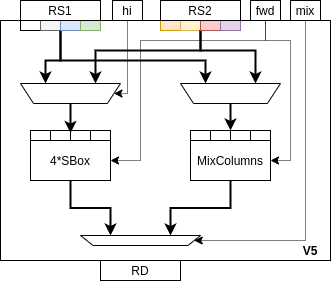
The draw.io diagram doc/diagrams/ise-datapath-v5.png in scarv/aes-risc-pipeline, before a commit. Source tidied: cells renumbered, new cells last; positions are measured from the earlier drawing's top-left corner, leaving out a move shared by most shapes.
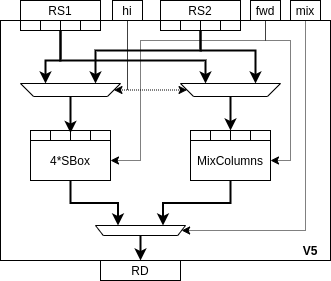
The same file after the commit.

Commit message:
paper: Update datapath diagrams and move to appendix.

Diff of the diagram source:
```diff
@@ -5,7 +5,7 @@
     <mxCell id="2" style="rounded=0;whiteSpace=wrap;html=1;" parent="1" vertex="1">
       <mxGeometry y="20" width="330" height="240" as="geometry" />
     </mxCell>
-    <mxCell id="3" style="edgeStyle=orthogonalEdgeStyle;rounded=0;jettySize=auto;html=1;exitX=0.5;exitY=1;exitDx=0;exitDy=0;entryX=1;entryY=0.5;entryDx=0;entryDy=0;strokeWidth=1;dashed=1;dashPattern=1 1;" parent="1" edge="1" source="5" target="28">
+    <mxCell id="3" style="edgeStyle=orthogonalEdgeStyle;rounded=0;jettySize=auto;html=1;exitX=0.5;exitY=1;exitDx=0;exitDy=0;entryX=1;entryY=0.5;entryDx=0;entryDy=0;strokeWidth=1;dashed=1;dashPattern=1 1;" parent="1" edge="1" source="5" target="29">
       <mxGeometry relative="1" as="geometry">
         <Array as="points">
           <mxPoint x="265" y="40" />
@@ -14,7 +14,7 @@
         </Array>
       </mxGeometry>
     </mxCell>
-    <mxCell id="4" style="edgeStyle=orthogonalEdgeStyle;rounded=0;jettySize=auto;html=1;exitX=0.5;exitY=1;exitDx=0;exitDy=0;entryX=1;entryY=0.5;entryDx=0;entryDy=0;strokeWidth=1;dashed=1;dashPattern=1 1;" parent="1" edge="1" source="5" target="34">
+    <mxCell id="4" style="edgeStyle=orthogonalEdgeStyle;rounded=0;jettySize=auto;html=1;exitX=0.5;exitY=1;exitDx=0;exitDy=0;entryX=1;entryY=0.5;entryDx=0;entryDy=0;strokeWidth=1;dashed=1;dashPattern=1 1;" parent="1" edge="1" source="5" target="35">
       <mxGeometry relative="1" as="geometry">
         <Array as="points">
           <mxPoint x="265" y="40" />
@@ -26,10 +26,11 @@
     <mxCell id="5" value="fwd" style="rounded=0;whiteSpace=wrap;html=1;" parent="1" vertex="1">
       <mxGeometry x="250" width="30" height="20" as="geometry" />
     </mxCell>
-    <mxCell id="6" style="edgeStyle=orthogonalEdgeStyle;rounded=0;jettySize=auto;html=1;exitX=0.5;exitY=1;exitDx=0;exitDy=0;entryX=0;entryY=0.5;entryDx=0;entryDy=0;strokeWidth=1;dashed=1;dashPattern=1 1;" parent="1" edge="1" source="7" target="40">
+    <mxCell id="6" style="edgeStyle=orthogonalEdgeStyle;rounded=0;jettySize=auto;html=1;exitX=0.5;exitY=1;exitDx=0;exitDy=0;entryX=0;entryY=0.5;entryDx=0;entryDy=0;strokeWidth=1;dashed=1;dashPattern=1 1;" parent="1" edge="1" source="7" target="41">
       <mxGeometry relative="1" as="geometry">
         <Array as="points">
-          <mxPoint x="127" y="93" />
+          <mxPoint x="127" y="90" />
+          <mxPoint x="114" y="90" />
         </Array>
       </mxGeometry>
     </mxCell>
@@ -39,7 +40,7 @@
     <mxCell id="8" style="rounded=0;whiteSpace=wrap;html=1;" parent="1" vertex="1">
       <mxGeometry x="20" y="20" width="20" height="10" as="geometry" />
     </mxCell>
-    <mxCell id="9" style="edgeStyle=orthogonalEdgeStyle;rounded=0;jettySize=auto;html=1;exitX=1;exitY=1;exitDx=0;exitDy=0;entryX=0.75;entryY=1;entryDx=0;entryDy=0;strokeWidth=2;" parent="1" edge="1" source="10" target="40">
+    <mxCell id="9" style="edgeStyle=orthogonalEdgeStyle;rounded=0;jettySize=auto;html=1;exitX=1;exitY=1;exitDx=0;exitDy=0;entryX=0.75;entryY=1;entryDx=0;entryDy=0;strokeWidth=2;" parent="1" edge="1" source="10" target="41">
       <mxGeometry relative="1" as="geometry">
         <Array as="points">
           <mxPoint x="60" y="60" />
@@ -47,10 +48,10 @@
         </Array>
       </mxGeometry>
     </mxCell>
-    <mxCell id="10" style="rounded=0;whiteSpace=wrap;html=1;fillColor=#f5f5f5;strokeColor=#666666;fontColor=#333333;" parent="1" vertex="1">
+    <mxCell id="10" style="rounded=0;whiteSpace=wrap;html=1;" parent="1" vertex="1">
       <mxGeometry x="40" y="20" width="20" height="10" as="geometry" />
     </mxCell>
-    <mxCell id="11" style="edgeStyle=orthogonalEdgeStyle;rounded=0;jettySize=auto;html=1;exitX=0;exitY=1;exitDx=0;exitDy=0;entryX=0.75;entryY=1;entryDx=0;entryDy=0;strokeWidth=2;" parent="1" edge="1" source="12" target="42">
+    <mxCell id="11" style="edgeStyle=orthogonalEdgeStyle;rounded=0;jettySize=auto;html=1;exitX=0;exitY=1;exitDx=0;exitDy=0;entryX=0.75;entryY=1;entryDx=0;entryDy=0;strokeWidth=2;" parent="1" edge="1" source="12" target="43">
       <mxGeometry relative="1" as="geometry">
         <Array as="points">
           <mxPoint x="60" y="60" />
@@ -58,19 +59,19 @@
         </Array>
       </mxGeometry>
     </mxCell>
-    <mxCell id="12" style="rounded=0;whiteSpace=wrap;html=1;fillColor=#dae8fc;strokeColor=#6c8ebf;" parent="1" vertex="1">
+    <mxCell id="12" style="rounded=0;whiteSpace=wrap;html=1;" parent="1" vertex="1">
       <mxGeometry x="60" y="20" width="20" height="10" as="geometry" />
     </mxCell>
-    <mxCell id="13" style="rounded=0;whiteSpace=wrap;html=1;fillColor=#d5e8d4;strokeColor=#82b366;" parent="1" vertex="1">
+    <mxCell id="13" style="rounded=0;whiteSpace=wrap;html=1;" parent="1" vertex="1">
       <mxGeometry x="80" y="20" width="20" height="10" as="geometry" />
     </mxCell>
-    <mxCell id="14" style="rounded=0;whiteSpace=wrap;html=1;fillColor=#ffe6cc;strokeColor=#d79b00;" parent="1" vertex="1">
+    <mxCell id="14" style="rounded=0;whiteSpace=wrap;html=1;" parent="1" vertex="1">
       <mxGeometry x="160" y="20" width="20" height="10" as="geometry" />
     </mxCell>
-    <mxCell id="15" style="rounded=0;whiteSpace=wrap;html=1;fillColor=#fff2cc;strokeColor=#d6b656;" parent="1" vertex="1">
+    <mxCell id="15" style="rounded=0;whiteSpace=wrap;html=1;" parent="1" vertex="1">
       <mxGeometry x="180" y="20" width="20" height="10" as="geometry" />
     </mxCell>
-    <mxCell id="16" style="edgeStyle=orthogonalEdgeStyle;rounded=0;jettySize=auto;html=1;exitX=0;exitY=1;exitDx=0;exitDy=0;entryX=0.25;entryY=1;entryDx=0;entryDy=0;strokeWidth=2;" parent="1" edge="1" source="18" target="40">
+    <mxCell id="16" style="edgeStyle=orthogonalEdgeStyle;rounded=0;jettySize=auto;html=1;exitX=0;exitY=1;exitDx=0;exitDy=0;entryX=0.25;entryY=1;entryDx=0;entryDy=0;strokeWidth=2;" parent="1" edge="1" source="18" target="41">
       <mxGeometry relative="1" as="geometry">
         <Array as="points">
           <mxPoint x="200" y="50" />
@@ -78,7 +79,7 @@
         </Array>
       </mxGeometry>
     </mxCell>
-    <mxCell id="17" style="edgeStyle=orthogonalEdgeStyle;rounded=0;jettySize=auto;html=1;exitX=0;exitY=1;exitDx=0;exitDy=0;entryX=0.25;entryY=1;entryDx=0;entryDy=0;strokeWidth=2;" parent="1" edge="1" source="18" target="42">
+    <mxCell id="17" style="edgeStyle=orthogonalEdgeStyle;rounded=0;jettySize=auto;html=1;exitX=0;exitY=1;exitDx=0;exitDy=0;entryX=0.25;entryY=1;entryDx=0;entryDy=0;strokeWidth=2;" parent="1" edge="1" source="18" target="43">
       <mxGeometry relative="1" as="geometry">
         <Array as="points">
           <mxPoint x="200" y="50" />
@@ -86,10 +87,10 @@
         </Array>
       </mxGeometry>
     </mxCell>
-    <mxCell id="18" style="rounded=0;whiteSpace=wrap;html=1;fillColor=#f8cecc;strokeColor=#b85450;" parent="1" vertex="1">
+    <mxCell id="18" style="rounded=0;whiteSpace=wrap;html=1;" parent="1" vertex="1">
       <mxGeometry x="200" y="20" width="20" height="10" as="geometry" />
     </mxCell>
-    <mxCell id="19" style="rounded=0;whiteSpace=wrap;html=1;fillColor=#e1d5e7;strokeColor=#9673a6;" parent="1" vertex="1">
+    <mxCell id="19" style="rounded=0;whiteSpace=wrap;html=1;" parent="1" vertex="1">
       <mxGeometry x="220" y="20" width="20" height="10" as="geometry" />
     </mxCell>
     <mxCell id="20" value="RS1" style="rounded=0;whiteSpace=wrap;html=1;" parent="1" vertex="1">
@@ -104,66 +105,77 @@
     <mxCell id="23" value="&lt;b&gt;&lt;font style=&quot;font-size: 12px&quot;&gt;V5&lt;/font&gt;&lt;/b&gt;" style="text;html=1;strokeColor=none;fillColor=none;align=center;verticalAlign=middle;whiteSpace=wrap;rounded=0;fontSize=9;" parent="1" vertex="1">
       <mxGeometry x="290" y="240" width="40" height="20" as="geometry" />
     </mxCell>
-    <mxCell id="24" style="edgeStyle=orthogonalEdgeStyle;rounded=0;jettySize=auto;html=1;exitX=0.5;exitY=1;exitDx=0;exitDy=0;entryX=0.25;entryY=1;entryDx=0;entryDy=0;strokeWidth=2;" parent="1" edge="1" source="28" target="27">
+    <mxCell id="24" style="edgeStyle=orthogonalEdgeStyle;rounded=0;jettySize=auto;html=1;exitX=0.5;exitY=1;exitDx=0;exitDy=0;entryX=0.25;entryY=1;entryDx=0;entryDy=0;strokeWidth=2;" parent="1" edge="1" source="29" target="28">
       <mxGeometry relative="1" as="geometry" />
     </mxCell>
-    <mxCell id="25" style="edgeStyle=orthogonalEdgeStyle;rounded=0;jettySize=auto;html=1;exitX=0.5;exitY=1;exitDx=0;exitDy=0;entryX=0;entryY=0.5;entryDx=0;entryDy=0;dashed=1;dashPattern=1 1;strokeWidth=1;" parent="1" edge="1" source="26" target="27">
+    <mxCell id="25" style="edgeStyle=orthogonalEdgeStyle;rounded=0;jettySize=auto;html=1;exitX=0.5;exitY=1;exitDx=0;exitDy=0;entryX=0;entryY=0.5;entryDx=0;entryDy=0;dashed=1;dashPattern=1 1;strokeWidth=1;" parent="1" edge="1" source="26" target="28">
       <mxGeometry relative="1" as="geometry">
         <Array as="points">
-          <mxPoint x="305" y="240" />
+          <mxPoint x="305" y="230" />
         </Array>
       </mxGeometry>
     </mxCell>
     <mxCell id="26" value="mix" style="rounded=0;whiteSpace=wrap;html=1;" parent="1" vertex="1">
       <mxGeometry x="290" width="30" height="20" as="geometry" />
     </mxCell>
-    <mxCell id="27" style="shape=trapezoid;perimeter=trapezoidPerimeter;whiteSpace=wrap;html=1;rotation=-180;size=0.10444444444444419;" parent="1" vertex="1">
-      <mxGeometry x="80" y="235" width="120" height="10" as="geometry" />
+    <mxCell id="27" style="edgeStyle=orthogonalEdgeStyle;rounded=0;jettySize=auto;html=1;exitX=0.5;exitY=0;exitDx=0;exitDy=0;entryX=0.5;entryY=0;entryDx=0;entryDy=0;strokeWidth=2;" parent="1" edge="1" source="28" target="22">
+      <mxGeometry relative="1" as="geometry" />
     </mxCell>
-    <mxCell id="28" value="MixColumns" style="rounded=0;whiteSpace=wrap;html=1;" parent="1" vertex="1">
-      <mxGeometry x="190" y="140" width="80" height="40" as="geometry" />
+    <mxCell id="28" style="shape=trapezoid;perimeter=trapezoidPerimeter;whiteSpace=wrap;html=1;rotation=-180;size=0.08606701940035337;" parent="1" vertex="1">
+      <mxGeometry x="95" y="225" width="90" height="10" as="geometry" />
     </mxCell>
-    <mxCell id="29" style="rounded=0;whiteSpace=wrap;html=1;" parent="1" vertex="1">
-      <mxGeometry x="190" y="130" width="20" height="10" as="geometry" />
+    <mxCell id="29" value="MixColumns" style="rounded=0;whiteSpace=wrap;html=1;" parent="1" vertex="1">
+      <mxGeometry x="190" y="140" width="80" height="40" as="geometry" />
     </mxCell>
     <mxCell id="30" style="rounded=0;whiteSpace=wrap;html=1;" parent="1" vertex="1">
-      <mxGeometry x="210" y="130" width="20" height="10" as="geometry" />
+      <mxGeometry x="190" y="130" width="20" height="10" as="geometry" />
     </mxCell>
     <mxCell id="31" style="rounded=0;whiteSpace=wrap;html=1;" parent="1" vertex="1">
-      <mxGeometry x="230" y="130" width="20" height="10" as="geometry" />
+      <mxGeometry x="210" y="130" width="20" height="10" as="geometry" />
     </mxCell>
     <mxCell id="32" style="rounded=0;whiteSpace=wrap;html=1;" parent="1" vertex="1">
-      <mxGeometry x="250" y="130" width="20" height="10" as="geometry" />
+      <mxGeometry x="230" y="130" width="20" height="10" as="geometry" />
     </mxCell>
-    <mxCell id="33" style="edgeStyle=orthogonalEdgeStyle;rounded=0;jettySize=auto;html=1;exitX=0.5;exitY=1;exitDx=0;exitDy=0;entryX=0.75;entryY=1;entryDx=0;entryDy=0;strokeWidth=2;" parent="1" edge="1" source="34" target="27">
-      <mxGeometry relative="1" as="geometry" />
+    <mxCell id="33" style="rounded=0;whiteSpace=wrap;html=1;" parent="1" vertex="1">
+      <mxGeometry x="250" y="130" width="20" height="10" as="geometry" />
     </mxCell>
-    <mxCell id="34" value="4*SBox" style="rounded=0;whiteSpace=wrap;html=1;" parent="1" vertex="1">
-      <mxGeometry x="30" y="140" width="80" height="40" as="geometry" />
+    <mxCell id="34" style="edgeStyle=orthogonalEdgeStyle;rounded=0;jettySize=auto;html=1;exitX=0.5;exitY=1;exitDx=0;exitDy=0;entryX=0.75;entryY=1;entryDx=0;entryDy=0;strokeWidth=2;" parent="1" edge="1" source="35" target="28">
+      <mxGeometry relative="1" as="geometry" />
     </mxCell>
-    <mxCell id="35" style="rounded=0;whiteSpace=wrap;html=1;" parent="1" vertex="1">
-      <mxGeometry x="30" y="130" width="20" height="10" as="geometry" />
+    <mxCell id="35" value="4*SBox" style="rounded=0;whiteSpace=wrap;html=1;" parent="1" vertex="1">
+      <mxGeometry x="30" y="140" width="80" height="40" as="geometry" />
     </mxCell>
     <mxCell id="36" style="rounded=0;whiteSpace=wrap;html=1;" parent="1" vertex="1">
-      <mxGeometry x="50" y="130" width="20" height="10" as="geometry" />
+      <mxGeometry x="30" y="130" width="20" height="10" as="geometry" />
     </mxCell>
     <mxCell id="37" style="rounded=0;whiteSpace=wrap;html=1;" parent="1" vertex="1">
-      <mxGeometry x="70" y="130" width="20" height="10" as="geometry" />
+      <mxGeometry x="50" y="130" width="20" height="10" as="geometry" />
     </mxCell>
     <mxCell id="38" style="rounded=0;whiteSpace=wrap;html=1;" parent="1" vertex="1">
-      <mxGeometry x="90" y="130" width="20" height="10" as="geometry" />
+      <mxGeometry x="70" y="130" width="20" height="10" as="geometry" />
     </mxCell>
-    <mxCell id="39" style="edgeStyle=orthogonalEdgeStyle;rounded=0;jettySize=auto;html=1;exitX=0.5;exitY=0;exitDx=0;exitDy=0;entryX=0;entryY=0.25;entryDx=0;entryDy=0;strokeWidth=2;" parent="1" edge="1" source="40" target="37">
-      <mxGeometry relative="1" as="geometry" />
+    <mxCell id="39" style="rounded=0;whiteSpace=wrap;html=1;" parent="1" vertex="1">
+      <mxGeometry x="90" y="130" width="20" height="10" as="geometry" />
     </mxCell>
-    <mxCell id="40" style="shape=trapezoid;perimeter=trapezoidPerimeter;whiteSpace=wrap;html=1;rotation=-180;size=0.13066666666666757;" parent="1" vertex="1">
-      <mxGeometry x="20" y="83" width="100" height="20" as="geometry" />
+    <mxCell id="40" style="edgeStyle=orthogonalEdgeStyle;rounded=0;jettySize=auto;html=1;exitX=0.5;exitY=0;exitDx=0;exitDy=0;entryX=0;entryY=0.25;entryDx=0;entryDy=0;strokeWidth=2;" parent="1" edge="1" source="41" target="38">
+      <mxGeometry relative="1" as="geometry" />
     </mxCell>
-    <mxCell id="41" style="edgeStyle=orthogonalEdgeStyle;rounded=0;jettySize=auto;html=1;exitX=0.5;exitY=0;exitDx=0;exitDy=0;entryX=1;entryY=0;entryDx=0;entryDy=0;strokeWidth=2;" parent="1" edge="1" source="42" target="30">
-      <mxGeometry relative="1" as="geometry" />
+    <mxCell id="41" style="shape=trapezoid;perimeter=trapezoidPerimeter;whiteSpace=wrap;html=1;rotation=-180;size=0.13066666666666757;" parent="1" vertex="1">
+      <mxGeometry x="20" y="83" width="100" height="13" as="geometry" />
     </mxCell>
-    <mxCell id="42" style="shape=trapezoid;perimeter=trapezoidPerimeter;whiteSpace=wrap;html=1;rotation=-180;size=0.13066666666666757;" parent="1" vertex="1">
-      <mxGeometry x="180" y="83" width="100" height="20" as="geometry" />
+    <mxCell id="42" style="edgeStyle=orthogonalEdgeStyle;rounded=0;jettySize=auto;html=1;exitX=0.5;exitY=0;exitDx=0;exitDy=0;entryX=1;entryY=0;entryDx=0;entryDy=0;strokeWidth=2;" parent="1" edge="1" source="43" target="31">
+      <mxGeometry relative="1" as="geometry" />
     </mxCell>
+    <mxCell id="43" style="shape=trapezoid;perimeter=trapezoidPerimeter;whiteSpace=wrap;html=1;rotation=-180;size=0.13066666666666757;" parent="1" vertex="1">
+      <mxGeometry x="180" y="83" width="100" height="13" as="geometry" />
+    </mxCell>
+    <mxCell id="44" style="edgeStyle=orthogonalEdgeStyle;rounded=0;jettySize=auto;html=1;entryX=1;entryY=0.5;entryDx=0;entryDy=0;strokeWidth=1;dashed=1;dashPattern=1 1;exitX=0.5;exitY=1;exitDx=0;exitDy=0;" parent="1" edge="1" source="7" target="43">
+      <mxGeometry relative="1" as="geometry">
+        <Array as="points">
+          <mxPoint x="127" y="90" />
+          <mxPoint x="187" y="90" />
+        </Array>
+      </mxGeometry>
+    </mxCell>
   </root>
 </mxGraphModel>
```
